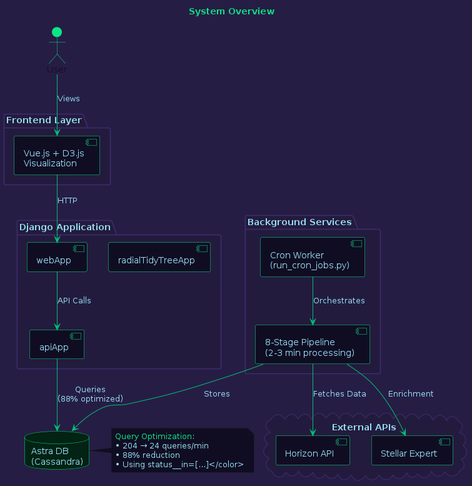
Before: diagrams/System Overview.png, a diagram exported from PlantUML (areveur51/StellarMapWeb). The source it was exported from:
```plantuml
@startuml System Overview

skinparam backgroundColor #261D45
skinparam defaultFontColor #96DDF2

skinparam component {
  BackgroundColor #100D23
  BorderColor #0BE784
  FontColor #96DDF2
  ArrowColor #01C176
}

skinparam cloud {
  BackgroundColor #231B3D
  BorderColor #0BE784
  FontColor #96DDF2
}

skinparam database {
  BackgroundColor #032314
  BorderColor #0BE784
  FontColor #96DDF2
}

skinparam package {
  BackgroundColor #231B3D
  BorderColor #3f2c70
  FontColor #96DDF2
}

skinparam actor {
  BackgroundColor #0BE784
  BorderColor #0BE784
  FontColor #100D23
}

title <color:#0BE784>System Overview</color>

actor User #0BE784

package "Frontend Layer" #231B3D {
  component "Vue.js + D3.js\nVisualization" as Frontend
}

package "Django Application" #231B3D {
  component "webApp" as WebApp
  component "apiApp" as ApiApp
  component "radialTidyTreeApp" as RadialApp
}

package "Background Services" #231B3D {
  component "Cron Worker\n(run_cron_jobs.py)" as CronWorker
  component "8-Stage Pipeline\n(2-3 min processing)" as Pipeline
}

cloud "External APIs" #231B3D {
  component "Horizon API" as Horizon
  component "Stellar Expert" as Expert
}

database "Astra DB\n(Cassandra)" as DB

User -[#01C176]-> Frontend : "Views"
Frontend -[#01C176]-> WebApp : "HTTP"
WebApp -[#01C176]-> ApiApp : "API Calls"
ApiApp -[#01C176]-> DB : "Queries\n(88% optimized)"
CronWorker -[#01C176]-> Pipeline : "Orchestrates"
Pipeline -[#01C176]-> Horizon : "Fetches Data"
Pipeline -[#01C176]-> Expert : "Enrichment"
Pipeline -[#01C176]-> DB : "Stores"

note right of DB #100D23
  <color:#0BE784>Query Optimization:</color>
  <color:#96DDF2>• 204 → 24 queries/min
  • 88% reduction
  • Using status__in=[...]</color>
end note

@enduml
```
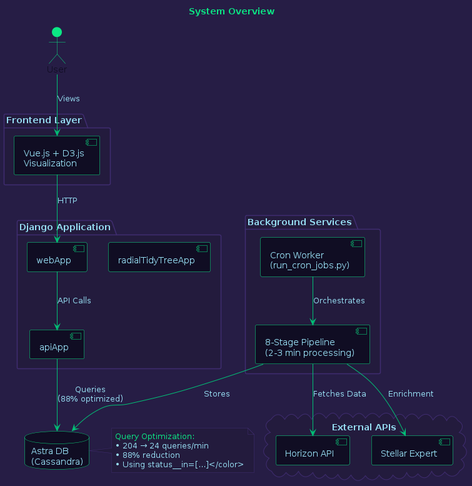
Later version of the same file.

The edit, as a diff of the source:
```diff
@@ -11,13 +11,13 @@
 }
 
 skinparam cloud {
-  BackgroundColor #231B3D
+  BackgroundColor #100D23
   BorderColor #0BE784
   FontColor #96DDF2
 }
 
 skinparam database {
-  BackgroundColor #032314
+  BackgroundColor #100D23
   BorderColor #0BE784
   FontColor #96DDF2
 }
@@ -32,6 +32,12 @@
   BackgroundColor #0BE784
   BorderColor #0BE784
   FontColor #100D23
+}
+
+skinparam note {
+  BackgroundColor #231B3D
+  BorderColor #3f2c70
+  FontColor #96DDF2
 }
 
 title <color:#0BE784>System Overview</color>
@@ -69,7 +75,7 @@
 Pipeline -[#01C176]-> Expert : "Enrichment"
 Pipeline -[#01C176]-> DB : "Stores"
 
-note right of DB #100D23
+note right of DB #231B3D
   <color:#0BE784>Query Optimization:</color>
   <color:#96DDF2>• 204 → 24 queries/min
   • 88% reduction
```
